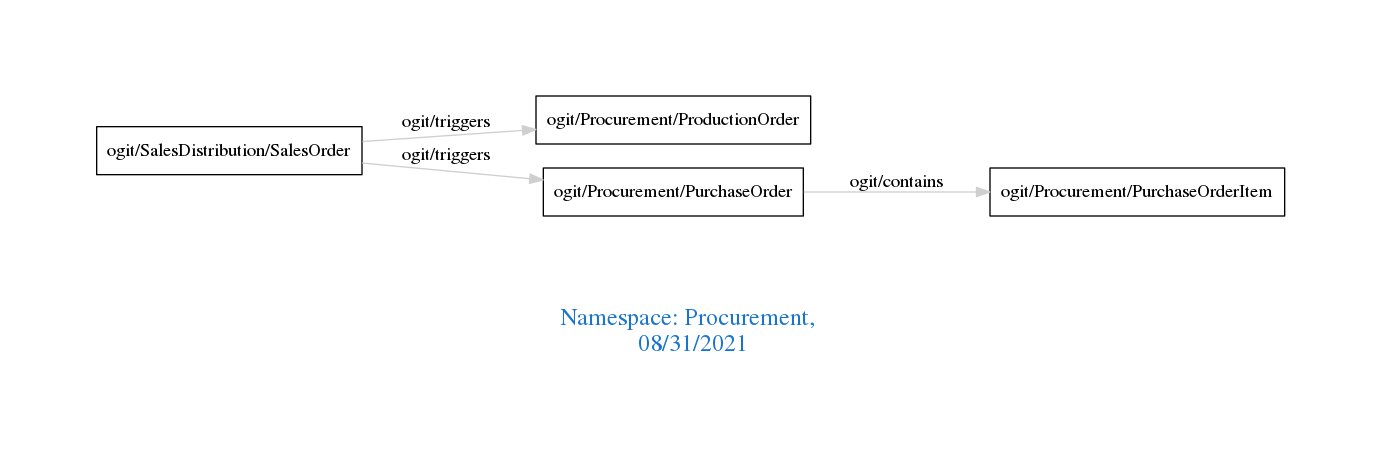
Above: downloads/Procurement.png in arago/OGIT (Graphviz), before the change. Its source is kept beside it as downloads/Procurement.dot.
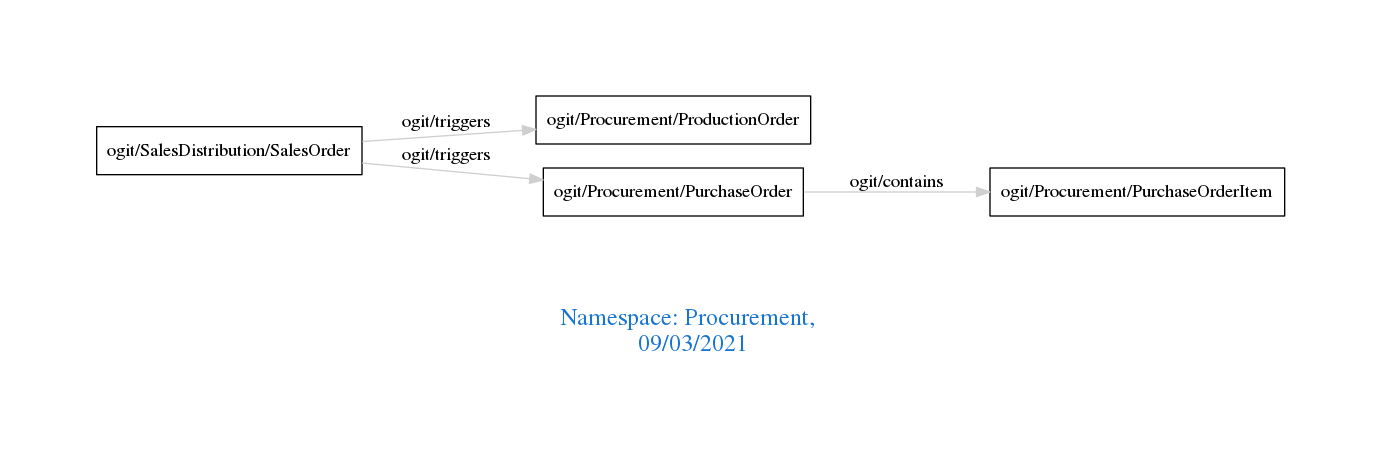
The same file after the commit.

Diff of the diagram source:
```diff
@@ -1,7 +1,7 @@
 digraph OGIT_ontology {
  graph [ rankdir= LR,pad=1
 fontsize = 18,
-fontcolor= dodgerblue3,label = "\n\n\nNamespace: Procurement, \n 08/31/2021"];
+fontcolor= dodgerblue3,label = "\n\n\nNamespace: Procurement, \n 09/03/2021"];
 node[shape=polygon];
 edge [  color="gray81"];
 
```
